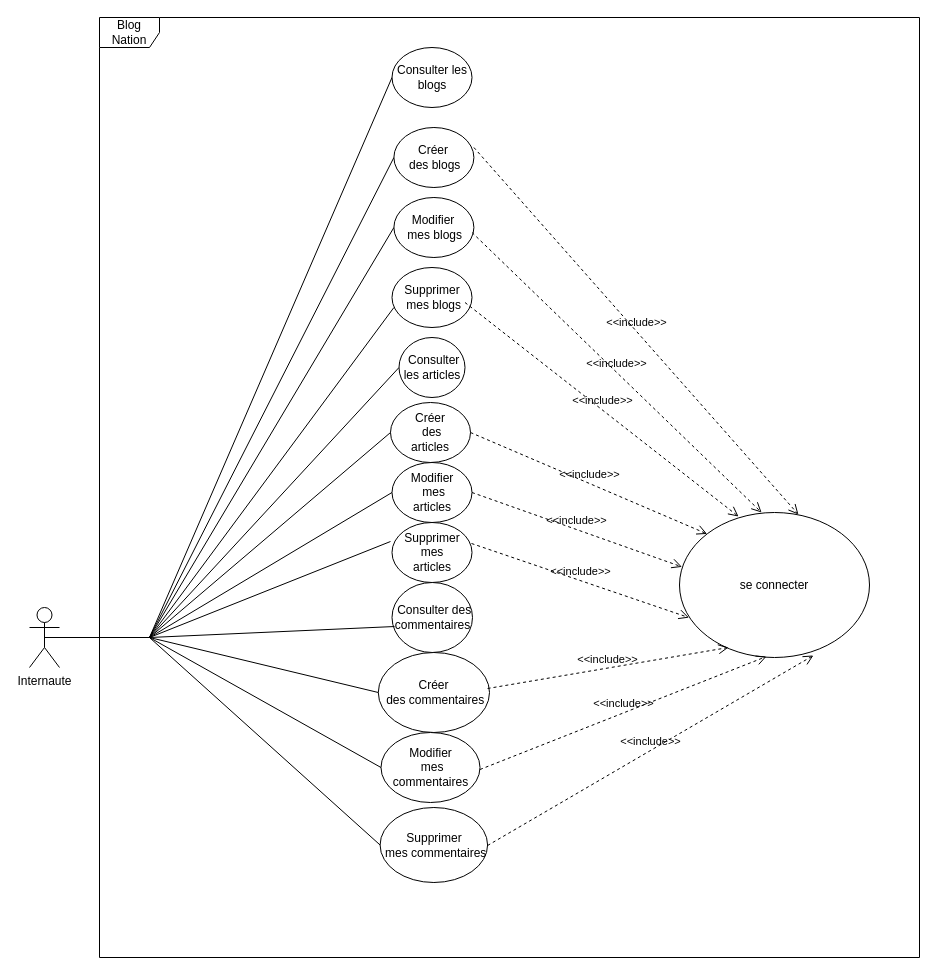
Before: page "Diagramme de cas d’utilisation" (3 of 10) of Diagramme sans nom.drawio in Ali0908/BDD_UML, a draw.io diagram. Source tidied: cells renumbered, new cells numbered last; positions are measured from the earlier drawing's top-left corner, leaving out a move shared by most shapes. Both pictures are drawn from the tidied source at 100%, with x=0, y=0 at pixel (29, 17).
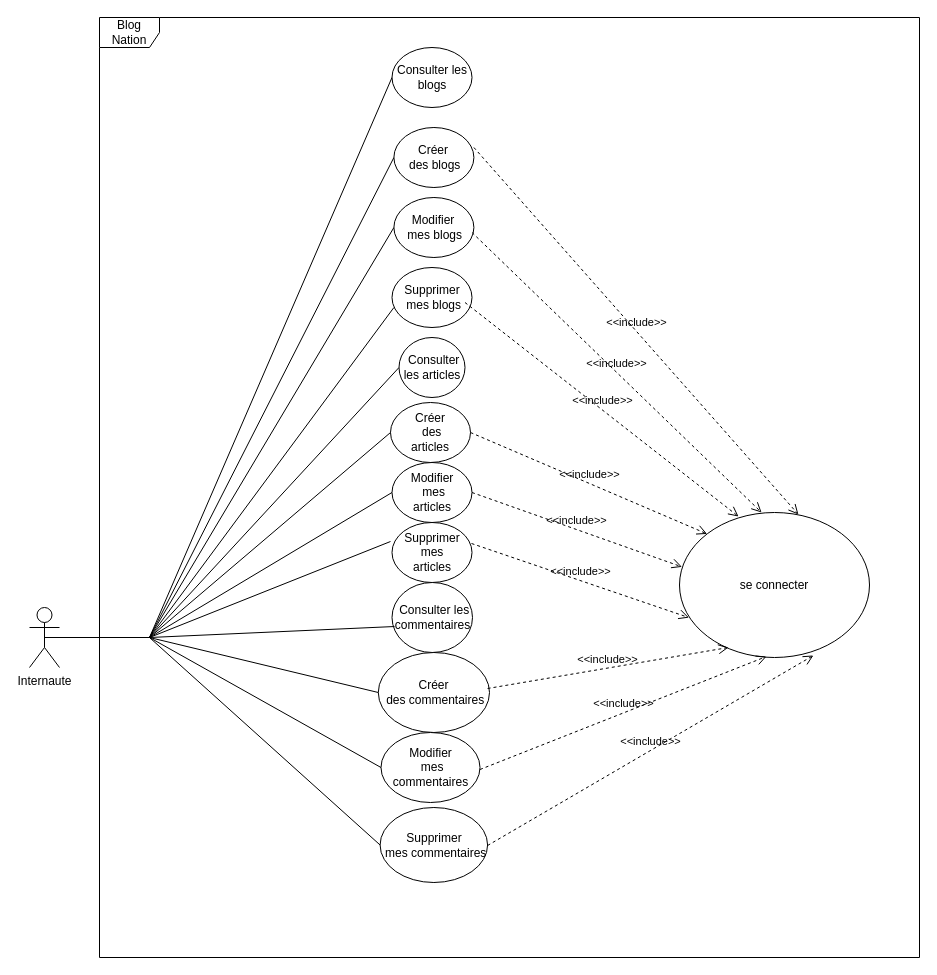
After the change.

Commit message:
diagramme de cas d'utilisation

Diff of the diagram source:
```diff
@@
-    <mxCell id="20" value="&amp;nbsp;Consulter des commentaires" style="ellipse;whiteSpace=wrap;html=1;" parent="1" vertex="1">
+    <mxCell id="20" value="&amp;nbsp;Consulter les commentaires" style="ellipse;whiteSpace=wrap;html=1;" parent="1" vertex="1">
       <mxGeometry x="362.5" y="565" width="80.5" height="70" as="geometry" />
     </mxCell>
```
